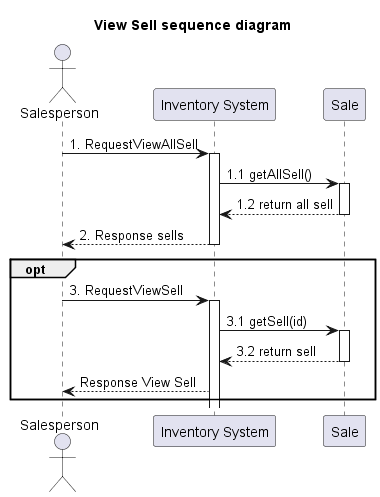
The PlantUML diagram out/system-analysis/sequence/_6_1_sequence-view-sell/_6_1_sequence-view-sell.png in billowdev/inventory-system-plantuml-sequelize-seeder-example, before a commit. The source it was exported from:
```plantuml
@startuml
title View Sell sequence diagram

actor Salesperson as actorSalesperson
participant "Inventory System" as InventorySystem
participant "Sale" as classSell

actorSalesperson -> InventorySystem: 1. RequestViewAllSell
activate InventorySystem

InventorySystem -> classSell: 1.1 getAllSell()
activate classSell

classSell --> InventorySystem: 1.2 return all sell
deactivate classSell

InventorySystem --> actorSalesperson : 2. Response sells

deactivate InventorySystem


opt
actorSalesperson -> InventorySystem: 3. RequestViewSell
activate InventorySystem

InventorySystem -> classSell: 3.1 getSell(id)
activate classSell

classSell --> InventorySystem: 3.2 return sell
deactivate classSell

InventorySystem -->  actorSalesperson : Response View Sell

end




@enduml
```
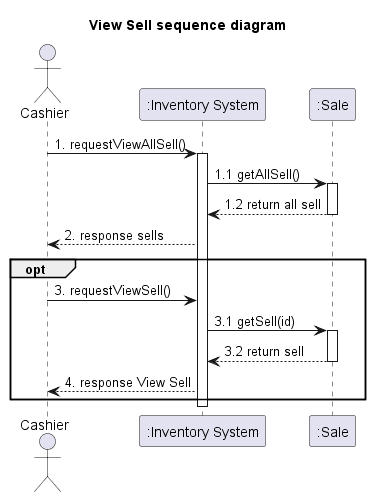
Later version of the same file.

The edit, as a diff of the source:
```diff
@@ -1,11 +1,11 @@
 @startuml
 title View Sell sequence diagram
 
-actor Salesperson as actorSalesperson
-participant "Inventory System" as InventorySystem
-participant "Sale" as classSell
+actor Cashier as actorCashier
+participant ":Inventory System" as InventorySystem
+participant ":Sale" as classSell
 
-actorSalesperson -> InventorySystem: 1. RequestViewAllSell
+actorCashier -> InventorySystem: 1. requestViewAllSell()
 activate InventorySystem
 
 InventorySystem -> classSell: 1.1 getAllSell()
@@ -14,14 +14,11 @@
 classSell --> InventorySystem: 1.2 return all sell
 deactivate classSell
 
-InventorySystem --> actorSalesperson : 2. Response sells
-
-deactivate InventorySystem
+InventorySystem --> actorCashier : 2. response sells
 
 
 opt
-actorSalesperson -> InventorySystem: 3. RequestViewSell
-activate InventorySystem
+actorCashier -> InventorySystem: 3. requestViewSell()
 
 InventorySystem -> classSell: 3.1 getSell(id)
 activate classSell
@@ -29,9 +26,11 @@
 classSell --> InventorySystem: 3.2 return sell
 deactivate classSell
 
-InventorySystem -->  actorSalesperson : Response View Sell
+InventorySystem -->  actorCashier : 4. response View Sell
 
 end
+
+deactivate InventorySystem
 
 
 
```
